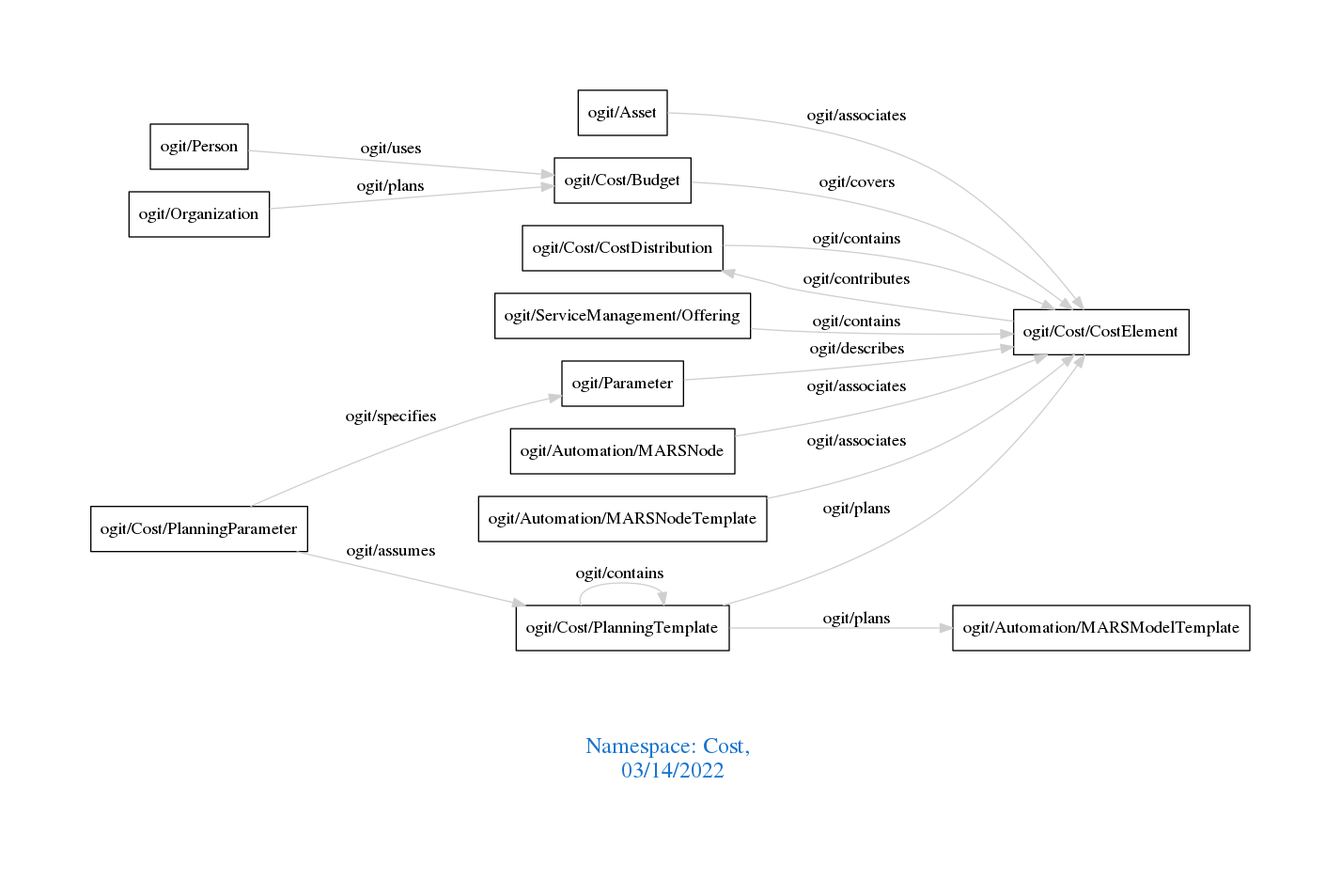
Earlier version of the Graphviz export downloads/Cost.png (arago/OGIT). Its source is kept beside it as downloads/Cost.dot. Source of this version:
```dot
digraph OGIT_ontology {
 graph [ rankdir= LR,pad=1
fontsize = 18,
fontcolor= dodgerblue3,label = "\n\n\nNamespace: Cost, \n 03/14/2022"];
node[shape=polygon];
edge [  color="gray81"];

   "ogit/Cost/CostDistribution" -> "ogit/Cost/CostElement" [label="   ogit/contains    "];
   "ogit/ServiceManagement/Offering" -> "ogit/Cost/CostElement" [label="   ogit/contains    "];
   "ogit/Cost/PlanningParameter" -> "ogit/Parameter" [label="   ogit/specifies    "];
   "ogit/Cost/Budget" -> "ogit/Cost/CostElement" [label="   ogit/covers    "];
   "ogit/Parameter" -> "ogit/Cost/CostElement" [label="   ogit/describes    "];
   "ogit/Cost/CostElement" -> "ogit/Cost/CostDistribution" [label="   ogit/contributes    "];
   "ogit/Automation/MARSNode" -> "ogit/Cost/CostElement" [label="   ogit/associates    "];
   "ogit/Automation/MARSNodeTemplate" -> "ogit/Cost/CostElement" [label="   ogit/associates    "];
   "ogit/Asset" -> "ogit/Cost/CostElement" [label="   ogit/associates    "];
   "ogit/Person" -> "ogit/Cost/Budget" [label="   ogit/uses    "];
   "ogit/Cost/PlanningTemplate" -> "ogit/Automation/MARSModelTemplate" [label="   ogit/plans    "];
   "ogit/Cost/PlanningTemplate" -> "ogit/Cost/CostElement" [label="   ogit/plans    "];
   "ogit/Organization" -> "ogit/Cost/Budget" [label="   ogit/plans    "];
   "ogit/Cost/PlanningParameter" -> "ogit/Cost/PlanningTemplate" [label="   ogit/assumes    "];
   "ogit/Cost/PlanningTemplate" -> "ogit/Cost/PlanningTemplate" [label="   ogit/contains    "];
}
```
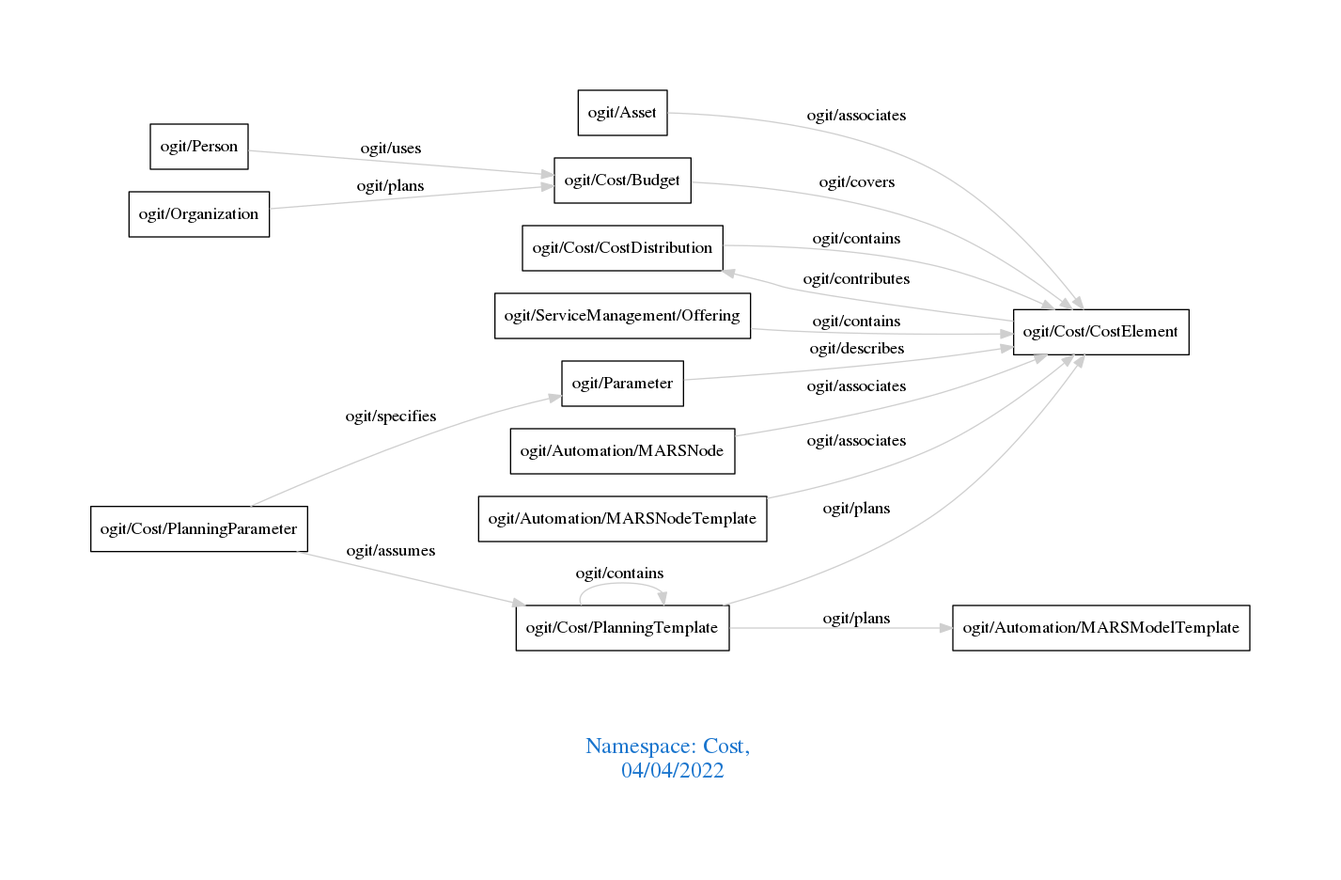
After the change.

Change to the diagram source:
```diff
@@ -1,7 +1,7 @@
 digraph OGIT_ontology {
  graph [ rankdir= LR,pad=1
 fontsize = 18,
-fontcolor= dodgerblue3,label = "\n\n\nNamespace: Cost, \n 03/14/2022"];
+fontcolor= dodgerblue3,label = "\n\n\nNamespace: Cost, \n 04/04/2022"];
 node[shape=polygon];
 edge [  color="gray81"];
 
```
